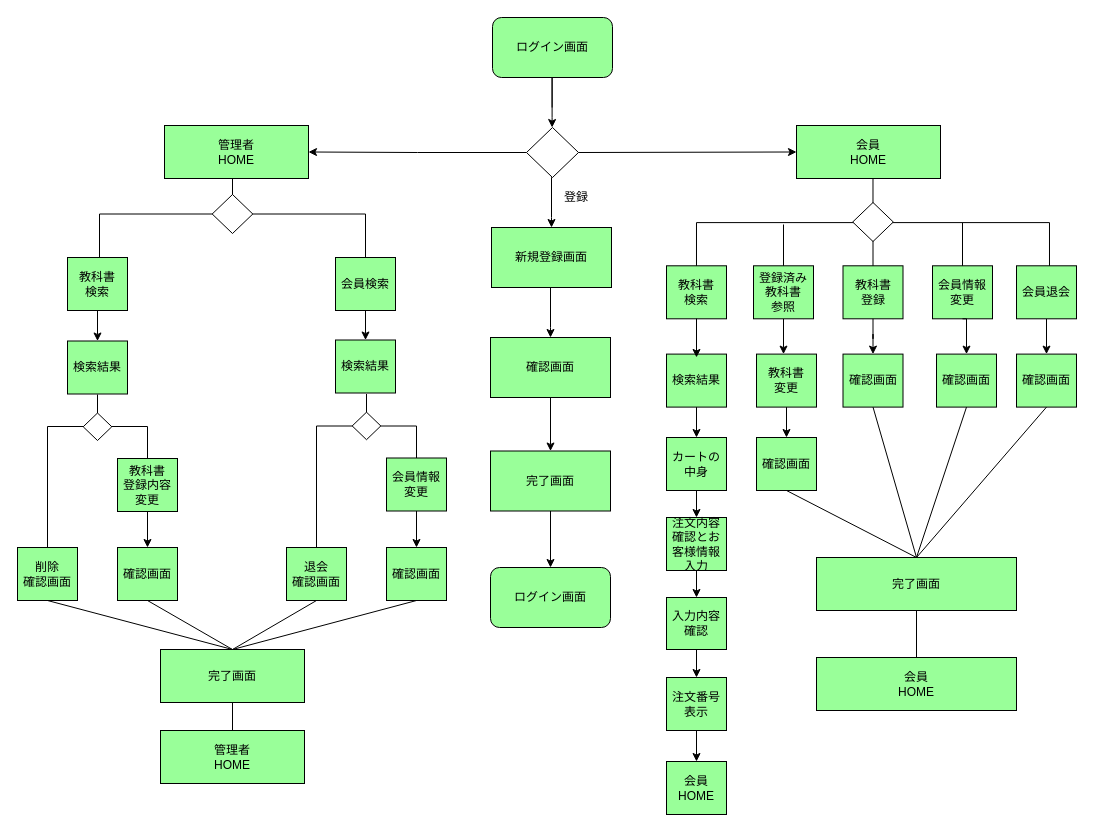
The draw.io diagram 外部設計/画面遷移図.drawio in 2022java42-student022/document, before the edit. Source tidied: cells renumbered, new cells numbered last; positions are measured from the earlier drawing's top-left corner, leaving out a move shared by most shapes. Both pictures are drawn from the tidied source at 100%, with x=0, y=0 at pixel (17, 17).
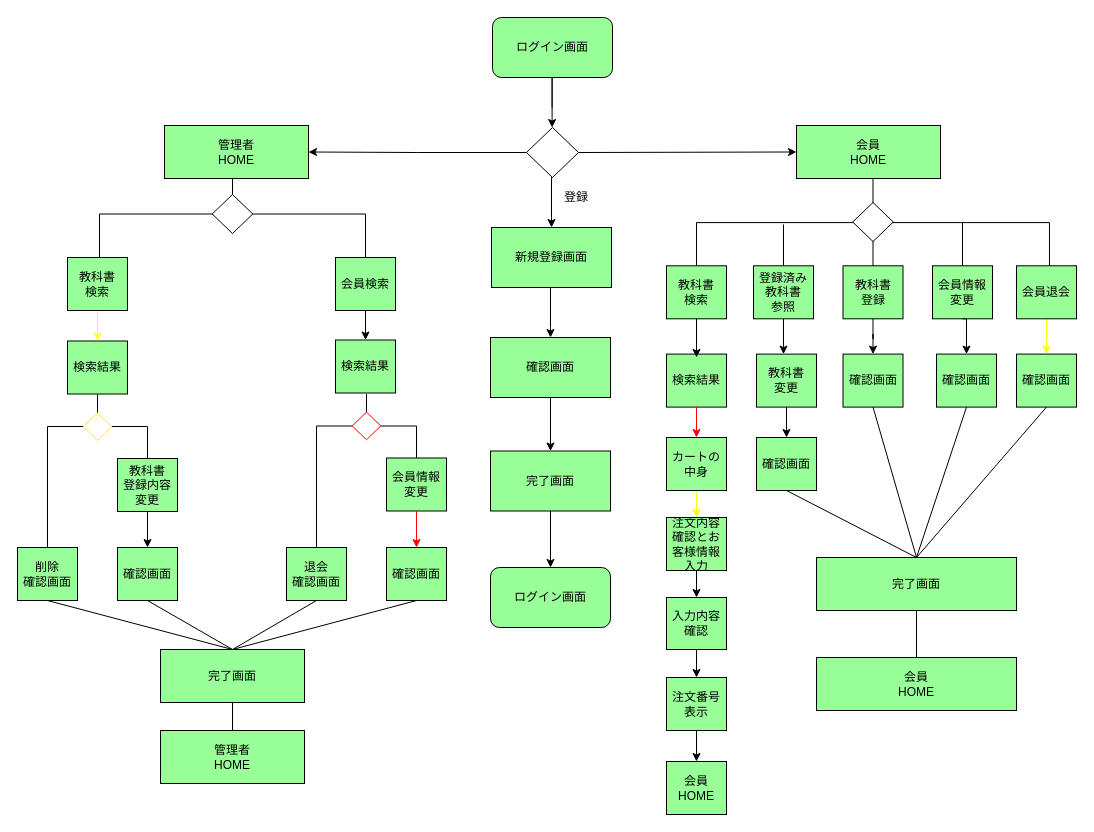
After the change.

Commit message:
進捗更新 赤：要更新 黄：未着手

Unchanged cells that the change refers to:
```xml
<mxCell id="24" value="検索結果" style="rounded=0;whiteSpace=wrap;html=1;sketch=0;strokeWidth=1;fillColor=#99FF99;" parent="13" vertex="1">
  <mxGeometry x="-30" y="176.6" width="60" height="53" as="geometry" />
</mxCell>
<mxCell id="33" value="会員退会" style="rounded=0;whiteSpace=wrap;html=1;sketch=0;strokeWidth=1;fillColor=#99FF99;" parent="1" vertex="1">
  <mxGeometry x="999" y="248.3" width="60" height="53" as="geometry" />
</mxCell>
<mxCell id="35" value="カートの中身" style="rounded=0;whiteSpace=wrap;html=1;sketch=0;strokeWidth=1;fillColor=#99FF99;" parent="1" vertex="1">
  <mxGeometry x="649" y="420" width="60" height="53" as="geometry" />
</mxCell>
<mxCell id="37" value="注文内容確認とお客様情報入力" style="rounded=0;whiteSpace=wrap;html=1;sketch=0;strokeWidth=1;fillColor=#99FF99;" parent="1" vertex="1">
  <mxGeometry x="649" y="500" width="60" height="53" as="geometry" />
</mxCell>
<mxCell id="47" value="教科書&lt;br&gt;検索" style="rounded=0;whiteSpace=wrap;html=1;sketch=0;strokeWidth=1;fillColor=#99FF99;" parent="1" vertex="1">
  <mxGeometry x="50" y="240" width="60" height="53" as="geometry" />
</mxCell>
<mxCell id="49" value="検索結果" style="rounded=0;whiteSpace=wrap;html=1;sketch=0;strokeWidth=1;fillColor=#99FF99;" parent="1" vertex="1">
  <mxGeometry x="50" y="323.5" width="60" height="53" as="geometry" />
</mxCell>
<mxCell id="50" style="group;" parent="1" vertex="1">
  <mxGeometry x="269" y="376.5" width="160" height="117" as="geometry" />
</mxCell>
<mxCell id="53" value="会員情報&lt;br&gt;変更" style="rounded=0;whiteSpace=wrap;html=1;sketch=0;strokeWidth=1;fillColor=#99FF99;" parent="52" vertex="1">
  <mxGeometry x="100" width="60" height="53" as="geometry" />
</mxCell>
<mxCell id="56" style="group;" parent="1" vertex="1">
  <mxGeometry y="377" width="160" height="117" as="geometry" />
</mxCell>
<mxCell id="64" value="確認画面" style="rounded=0;whiteSpace=wrap;html=1;sketch=0;strokeWidth=1;fillColor=#99FF99;" parent="1" vertex="1">
  <mxGeometry x="999" y="336.6" width="60" height="53" as="geometry" />
</mxCell>
<mxCell id="66" value="確認画面" style="rounded=0;whiteSpace=wrap;html=1;sketch=0;strokeWidth=1;fillColor=#99FF99;" parent="1" vertex="1">
  <mxGeometry x="369" y="530" width="60" height="53" as="geometry" />
</mxCell>
```

What changed in the source:
```diff
@@
-    <mxCell id="32" style="edgeStyle=orthogonalEdgeStyle;rounded=0;jettySize=auto;html=1;entryX=0.5;entryY=0;entryDx=0;entryDy=0;" parent="1" edge="1" source="33" target="64">
+    <mxCell id="32" style="edgeStyle=orthogonalEdgeStyle;rounded=0;jettySize=auto;html=1;entryX=0.5;entryY=0;entryDx=0;entryDy=0;strokeColor=#FFFF00;" parent="1" edge="1" source="33" target="64">
       <mxGeometry relative="1" as="geometry" />
     </mxCell>
@@
-    <mxCell id="34" style="edgeStyle=orthogonalEdgeStyle;rounded=0;jettySize=auto;html=1;entryX=0.5;entryY=0;entryDx=0;entryDy=0;" parent="1" edge="1" source="35" target="37">
+    <mxCell id="34" style="edgeStyle=orthogonalEdgeStyle;rounded=0;jettySize=auto;html=1;entryX=0.5;entryY=0;entryDx=0;entryDy=0;strokeColor=#FFFF00;" parent="1" edge="1" source="35" target="37">
       <mxGeometry relative="1" as="geometry" />
     </mxCell>
@@
-    <mxCell id="46" style="edgeStyle=orthogonalEdgeStyle;rounded=0;jettySize=auto;html=1;entryX=0.5;entryY=0;entryDx=0;entryDy=0;" parent="1" edge="1" source="47" target="49">
+    <mxCell id="46" style="edgeStyle=orthogonalEdgeStyle;rounded=0;jettySize=auto;html=1;entryX=0.5;entryY=0;entryDx=0;entryDy=0;strokeColor=#FFFF33;" parent="1" edge="1" source="47" target="49">
       <mxGeometry relative="1" as="geometry" />
     </mxCell>
@@
-    <mxCell id="55" style="rhombus;whiteSpace=wrap;html=1;" parent="50" vertex="1">
+    <mxCell id="55" style="rhombus;whiteSpace=wrap;html=1;strokeColor=#FF0000;" parent="50" vertex="1">
       <mxGeometry x="65.7" y="18.2" width="28.6" height="27.5" as="geometry" />
     </mxCell>
@@
-    <mxCell id="61" style="rhombus;whiteSpace=wrap;html=1;" parent="56" vertex="1">
+    <mxCell id="61" style="rhombus;whiteSpace=wrap;html=1;strokeColor=#FFFF00;" parent="56" vertex="1">
       <mxGeometry x="65.7" y="18.5" width="28.6" height="27.5" as="geometry" />
     </mxCell>
@@
-    <mxCell id="76" style="edgeStyle=orthogonalEdgeStyle;rounded=0;jettySize=auto;html=1;" parent="1" edge="1" source="53" target="66">
+    <mxCell id="76" style="edgeStyle=orthogonalEdgeStyle;rounded=0;jettySize=auto;html=1;fillColor=#FF0000;strokeColor=#FF0000;" parent="1" edge="1" source="53" target="66">
       <mxGeometry relative="1" as="geometry" />
     </mxCell>
@@
-    <mxCell id="78" style="edgeStyle=orthogonalEdgeStyle;rounded=0;jettySize=auto;html=1;entryX=0.5;entryY=0;entryDx=0;entryDy=0;" parent="1" edge="1" source="24" target="35">
+    <mxCell id="78" style="edgeStyle=orthogonalEdgeStyle;rounded=0;jettySize=auto;html=1;entryX=0.5;entryY=0;entryDx=0;entryDy=0;strokeColor=#FF0000;" parent="1" edge="1" source="24" target="35">
       <mxGeometry relative="1" as="geometry" />
     </mxCell>
```
